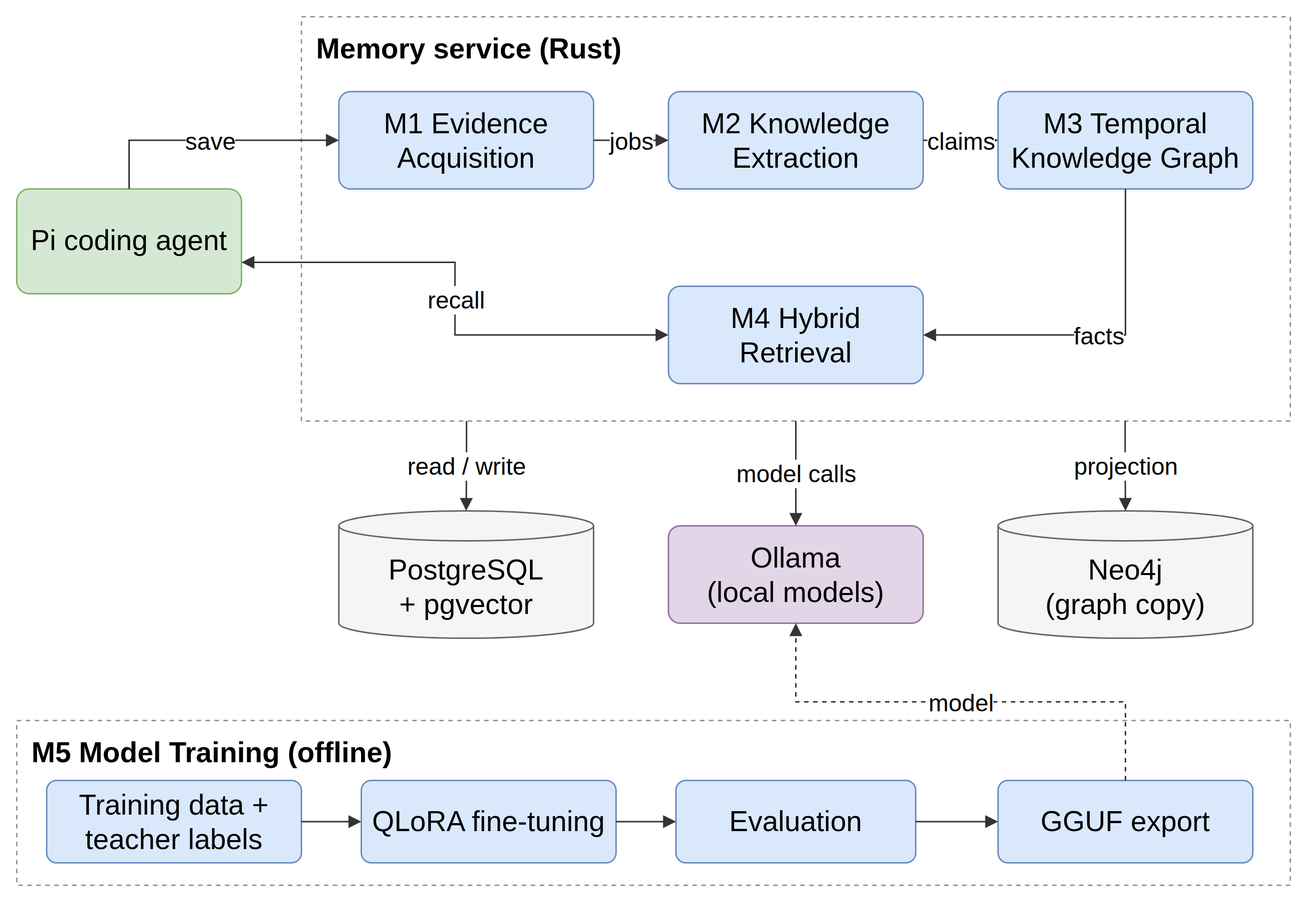
Before: report/latex/figures/fig3_1_architecture.png, a diagram exported from draw.io (aryaniyaps/sdp-2026). Source tidied: cells renumbered, new cells last; positions are measured from the earlier drawing's top-left corner, leaving out a move shared by most shapes. Its diagram source:
```xml
<mxGraphModel>
  <root>
    <mxCell id="0" />
    <mxCell id="1" parent="0" />
    <mxCell id="2" value="Memory service (Rust)" style="rounded=0;dashed=1;fillColor=none;strokeColor=#999999;verticalAlign=top;align=left;spacingLeft=8;spacingTop=4;fontStyle=1;fontSize=19;fontFamily=Helvetica;whiteSpace=wrap;html=1;" parent="1" vertex="1">
      <mxGeometry x="190" width="660" height="270" as="geometry" />
    </mxCell>
    <mxCell id="3" value="Pi coding agent" style="rounded=1;arcSize=12;fillColor=#d5e8d4;strokeColor=#82b366;fontSize=19;fontFamily=Helvetica;whiteSpace=wrap;html=1;" parent="1" vertex="1">
      <mxGeometry y="115" width="150" height="70" as="geometry" />
    </mxCell>
    <mxCell id="4" value="M1 Evidence&lt;br&gt;Acquisition" style="rounded=1;arcSize=12;fillColor=#dae8fc;strokeColor=#6c8ebf;fontSize=19;fontFamily=Helvetica;whiteSpace=wrap;html=1;" parent="1" vertex="1">
      <mxGeometry x="215" y="50" width="170" height="65" as="geometry" />
    </mxCell>
    <mxCell id="5" value="M2 Knowledge&lt;br&gt;Extraction" style="rounded=1;arcSize=12;fillColor=#dae8fc;strokeColor=#6c8ebf;fontSize=19;fontFamily=Helvetica;whiteSpace=wrap;html=1;" parent="1" vertex="1">
      <mxGeometry x="435" y="50" width="170" height="65" as="geometry" />
    </mxCell>
    <mxCell id="6" value="M3 Temporal&lt;br&gt;Knowledge Graph" style="rounded=1;arcSize=12;fillColor=#dae8fc;strokeColor=#6c8ebf;fontSize=19;fontFamily=Helvetica;whiteSpace=wrap;html=1;" parent="1" vertex="1">
      <mxGeometry x="655" y="50" width="170" height="65" as="geometry" />
    </mxCell>
    <mxCell id="7" value="M4 Hybrid&lt;br&gt;Retrieval" style="rounded=1;arcSize=12;fillColor=#dae8fc;strokeColor=#6c8ebf;fontSize=19;fontFamily=Helvetica;whiteSpace=wrap;html=1;" parent="1" vertex="1">
      <mxGeometry x="435" y="180" width="170" height="65" as="geometry" />
    </mxCell>
    <mxCell id="8" value="PostgreSQL&lt;br&gt;+ pgvector" style="shape=cylinder3;boundedLbl=1;backgroundOutline=1;size=10;fillColor=#f5f5f5;strokeColor=#666666;fontSize=19;fontFamily=Helvetica;whiteSpace=wrap;html=1;" parent="1" vertex="1">
      <mxGeometry x="215" y="330" width="170" height="85" as="geometry" />
    </mxCell>
    <mxCell id="9" value="Ollama&lt;br&gt;(local models)" style="rounded=1;arcSize=12;fillColor=#e1d5e7;strokeColor=#9673a6;fontSize=19;fontFamily=Helvetica;whiteSpace=wrap;html=1;" parent="1" vertex="1">
      <mxGeometry x="435" y="340" width="170" height="65" as="geometry" />
    </mxCell>
    <mxCell id="10" value="Neo4j&lt;br&gt;(graph copy)" style="shape=cylinder3;boundedLbl=1;backgroundOutline=1;size=10;fillColor=#f5f5f5;strokeColor=#666666;fontSize=19;fontFamily=Helvetica;whiteSpace=wrap;html=1;" parent="1" vertex="1">
      <mxGeometry x="655" y="330" width="170" height="85" as="geometry" />
    </mxCell>
    <mxCell id="11" value="M5 Model Training (offline)" style="rounded=0;dashed=1;fillColor=none;strokeColor=#999999;verticalAlign=top;align=left;spacingLeft=8;spacingTop=4;fontStyle=1;fontSize=19;fontFamily=Helvetica;whiteSpace=wrap;html=1;" parent="1" vertex="1">
      <mxGeometry y="470" width="850" height="110" as="geometry" />
    </mxCell>
    <mxCell id="12" value="Training data +&lt;br&gt;teacher labels" style="rounded=1;arcSize=12;fillColor=#dae8fc;strokeColor=#6c8ebf;fontSize=19;fontFamily=Helvetica;whiteSpace=wrap;html=1;" parent="1" vertex="1">
      <mxGeometry x="20" y="510" width="170" height="55" as="geometry" />
    </mxCell>
    <mxCell id="13" value="QLoRA fine-tuning" style="rounded=1;arcSize=12;fillColor=#dae8fc;strokeColor=#6c8ebf;fontSize=19;fontFamily=Helvetica;whiteSpace=wrap;html=1;" parent="1" vertex="1">
      <mxGeometry x="230" y="510" width="170" height="55" as="geometry" />
    </mxCell>
    <mxCell id="14" value="Evaluation" style="rounded=1;arcSize=12;fillColor=#dae8fc;strokeColor=#6c8ebf;fontSize=19;fontFamily=Helvetica;whiteSpace=wrap;html=1;" parent="1" vertex="1">
      <mxGeometry x="440" y="510" width="160" height="55" as="geometry" />
    </mxCell>
    <mxCell id="15" value="GGUF export" style="rounded=1;arcSize=12;fillColor=#dae8fc;strokeColor=#6c8ebf;fontSize=19;fontFamily=Helvetica;whiteSpace=wrap;html=1;" parent="1" vertex="1">
      <mxGeometry x="655" y="510" width="170" height="55" as="geometry" />
    </mxCell>
    <mxCell id="16" value="save" style="edgeStyle=orthogonalEdgeStyle;rounded=0;html=1;endArrow=block;endFill=1;strokeColor=#333333;fontSize=16;labelBackgroundColor=#ffffff;exitX=0.5;exitY=0;entryX=0;entryY=0.5;" parent="1" edge="1" source="3" target="4">
      <mxGeometry relative="1" as="geometry" />
    </mxCell>
    <mxCell id="17" value="recall" style="edgeStyle=orthogonalEdgeStyle;rounded=0;html=1;endArrow=block;endFill=1;strokeColor=#333333;fontSize=16;labelBackgroundColor=#ffffff;exitX=1;exitY=0.7;entryX=0;entryY=0.5;startArrow=block;startFill=1;" parent="1" edge="1" source="3" target="7">
      <mxGeometry relative="1" as="geometry" />
    </mxCell>
    <mxCell id="18" value="jobs" style="edgeStyle=orthogonalEdgeStyle;rounded=0;html=1;endArrow=block;endFill=1;strokeColor=#333333;fontSize=16;labelBackgroundColor=#ffffff;" parent="1" edge="1" source="4" target="5">
      <mxGeometry relative="1" as="geometry" />
    </mxCell>
    <mxCell id="19" value="claims" style="edgeStyle=orthogonalEdgeStyle;rounded=0;html=1;endArrow=block;endFill=1;strokeColor=#333333;fontSize=16;labelBackgroundColor=#ffffff;" parent="1" edge="1" source="5" target="6">
      <mxGeometry relative="1" as="geometry" />
    </mxCell>
    <mxCell id="20" value="facts" style="edgeStyle=orthogonalEdgeStyle;rounded=0;html=1;endArrow=block;endFill=1;strokeColor=#333333;fontSize=16;labelBackgroundColor=#ffffff;exitX=0.5;exitY=1;entryX=1;entryY=0.5;" parent="1" edge="1" source="6" target="7">
      <mxGeometry relative="1" as="geometry" />
    </mxCell>
    <mxCell id="21" value="read / write" style="edgeStyle=orthogonalEdgeStyle;rounded=0;html=1;endArrow=block;endFill=1;strokeColor=#333333;fontSize=16;labelBackgroundColor=#ffffff;exitX=0.167;exitY=1;entryX=0.5;entryY=0;" parent="1" edge="1" source="2" target="8">
      <mxGeometry relative="1" as="geometry" />
    </mxCell>
    <mxCell id="22" value="model calls" style="edgeStyle=orthogonalEdgeStyle;rounded=0;html=1;endArrow=block;endFill=1;strokeColor=#333333;fontSize=16;labelBackgroundColor=#ffffff;exitX=0.5;exitY=1;entryX=0.5;entryY=0;" parent="1" edge="1" source="2" target="9">
      <mxGeometry relative="1" as="geometry" />
    </mxCell>
    <mxCell id="23" value="projection" style="edgeStyle=orthogonalEdgeStyle;rounded=0;html=1;endArrow=block;endFill=1;strokeColor=#333333;fontSize=16;labelBackgroundColor=#ffffff;exitX=0.833;exitY=1;entryX=0.5;entryY=0;" parent="1" edge="1" source="2" target="10">
      <mxGeometry relative="1" as="geometry" />
    </mxCell>
    <mxCell id="24" style="edgeStyle=orthogonalEdgeStyle;rounded=0;html=1;endArrow=block;endFill=1;strokeColor=#333333;fontSize=16;labelBackgroundColor=#ffffff;" parent="1" edge="1" source="12" target="13">
      <mxGeometry relative="1" as="geometry" />
    </mxCell>
    <mxCell id="25" style="edgeStyle=orthogonalEdgeStyle;rounded=0;html=1;endArrow=block;endFill=1;strokeColor=#333333;fontSize=16;labelBackgroundColor=#ffffff;" parent="1" edge="1" source="13" target="14">
      <mxGeometry relative="1" as="geometry" />
    </mxCell>
    <mxCell id="26" style="edgeStyle=orthogonalEdgeStyle;rounded=0;html=1;endArrow=block;endFill=1;strokeColor=#333333;fontSize=16;labelBackgroundColor=#ffffff;" parent="1" edge="1" source="14" target="15">
      <mxGeometry relative="1" as="geometry" />
    </mxCell>
    <mxCell id="27" value="model" style="edgeStyle=orthogonalEdgeStyle;rounded=0;html=1;endArrow=block;endFill=1;strokeColor=#333333;fontSize=16;labelBackgroundColor=#ffffff;exitX=0.5;exitY=0;entryX=0.5;entryY=1;dashed=1;" parent="1" edge="1" source="15" target="9">
      <mxGeometry relative="1" as="geometry" />
    </mxCell>
  </root>
</mxGraphModel>
```
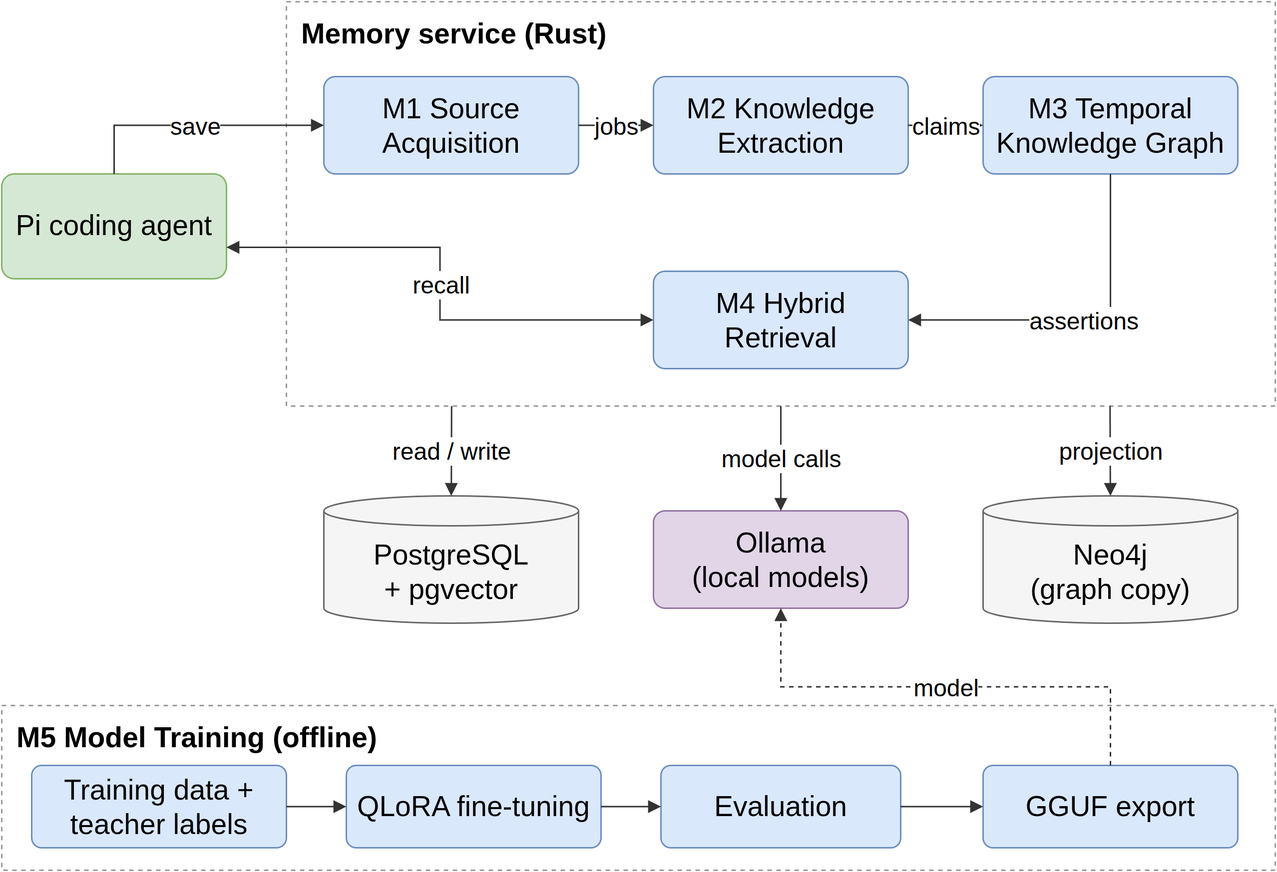
After the commit.

Diff of the diagram source:
```diff
@@ -8,7 +8,7 @@
     <mxCell id="3" value="Pi coding agent" style="rounded=1;arcSize=12;fillColor=#d5e8d4;strokeColor=#82b366;fontSize=19;fontFamily=Helvetica;whiteSpace=wrap;html=1;" parent="1" vertex="1">
       <mxGeometry y="115" width="150" height="70" as="geometry" />
     </mxCell>
-    <mxCell id="4" value="M1 Evidence&lt;br&gt;Acquisition" style="rounded=1;arcSize=12;fillColor=#dae8fc;strokeColor=#6c8ebf;fontSize=19;fontFamily=Helvetica;whiteSpace=wrap;html=1;" parent="1" vertex="1">
+    <mxCell id="4" value="M1 Source&lt;br&gt;Acquisition" style="rounded=1;arcSize=12;fillColor=#dae8fc;strokeColor=#6c8ebf;fontSize=19;fontFamily=Helvetica;whiteSpace=wrap;html=1;" parent="1" vertex="1">
       <mxGeometry x="215" y="50" width="170" height="65" as="geometry" />
     </mxCell>
     <mxCell id="5" value="M2 Knowledge&lt;br&gt;Extraction" style="rounded=1;arcSize=12;fillColor=#dae8fc;strokeColor=#6c8ebf;fontSize=19;fontFamily=Helvetica;whiteSpace=wrap;html=1;" parent="1" vertex="1">
@@ -56,7 +56,7 @@
     <mxCell id="19" value="claims" style="edgeStyle=orthogonalEdgeStyle;rounded=0;html=1;endArrow=block;endFill=1;strokeColor=#333333;fontSize=16;labelBackgroundColor=#ffffff;" parent="1" edge="1" source="5" target="6">
       <mxGeometry relative="1" as="geometry" />
     </mxCell>
-    <mxCell id="20" value="facts" style="edgeStyle=orthogonalEdgeStyle;rounded=0;html=1;endArrow=block;endFill=1;strokeColor=#333333;fontSize=16;labelBackgroundColor=#ffffff;exitX=0.5;exitY=1;entryX=1;entryY=0.5;" parent="1" edge="1" source="6" target="7">
+    <mxCell id="20" value="assertions" style="edgeStyle=orthogonalEdgeStyle;rounded=0;html=1;endArrow=block;endFill=1;strokeColor=#333333;fontSize=16;labelBackgroundColor=#ffffff;exitX=0.5;exitY=1;entryX=1;entryY=0.5;" parent="1" edge="1" source="6" target="7">
       <mxGeometry relative="1" as="geometry" />
     </mxCell>
     <mxCell id="21" value="read / write" style="edgeStyle=orthogonalEdgeStyle;rounded=0;html=1;endArrow=block;endFill=1;strokeColor=#333333;fontSize=16;labelBackgroundColor=#ffffff;exitX=0.167;exitY=1;entryX=0.5;entryY=0;" parent="1" edge="1" source="2" target="8">
```
